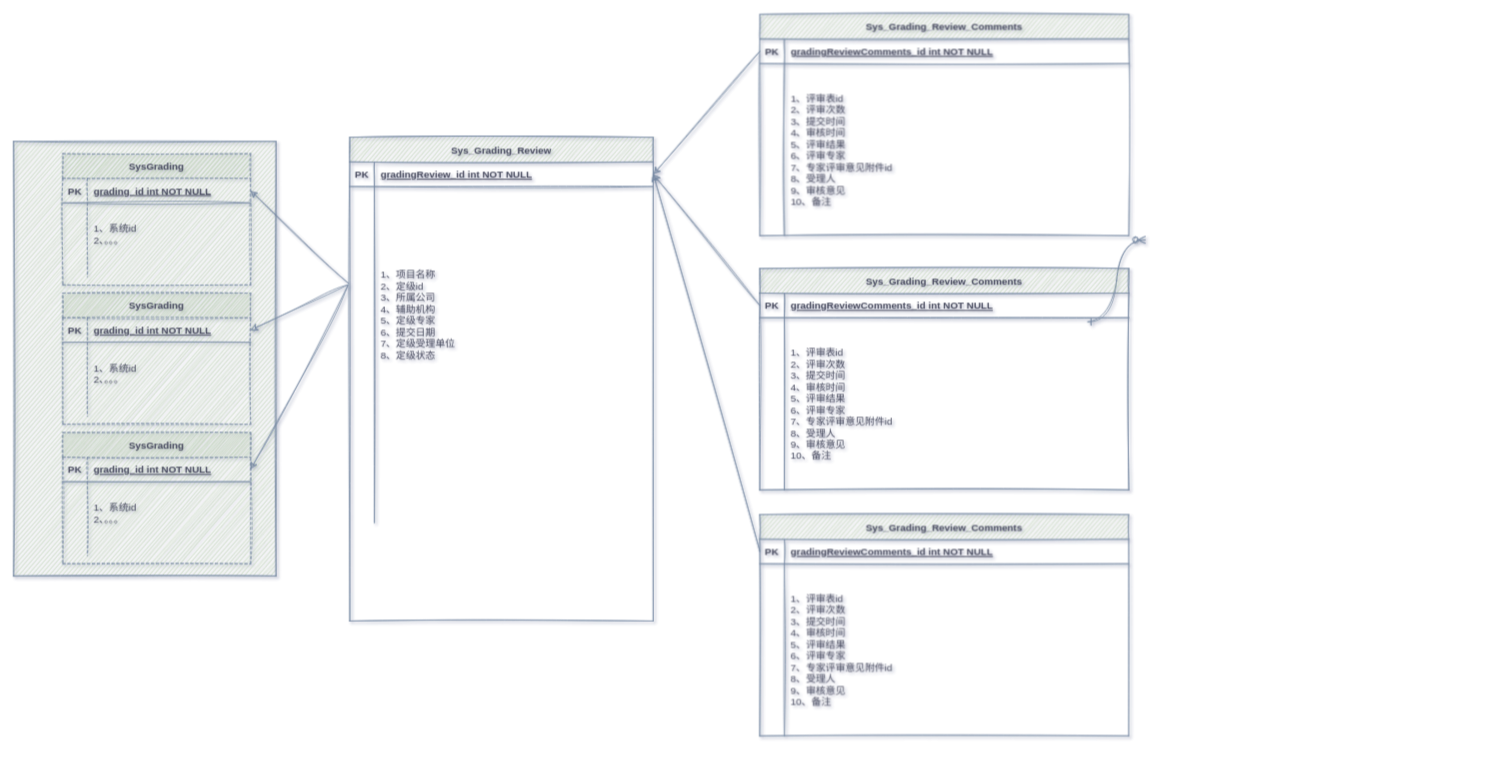
This is 未命名绘图.drawio from ValarDohaerisX/draw, a draw.io file, before an edit. Source tidied: cells renumbered, new cells numbered last; positions are measured from the earlier drawing's top-left corner, leaving out a move shared by most shapes. Both pictures are drawn from the tidied source at 82%, with x=0, y=0 at pixel (13, 14).
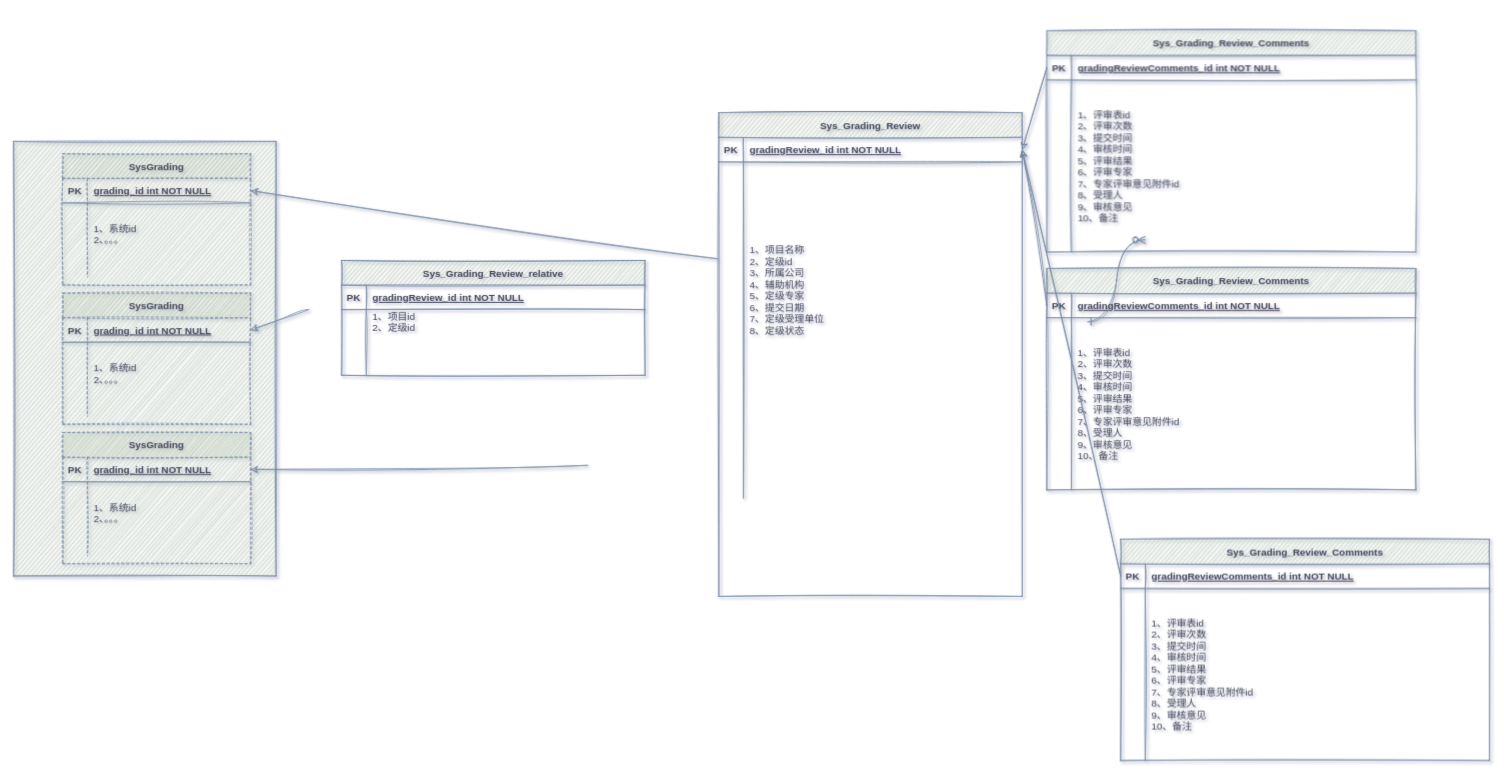
Above is the later version.

Commit message:
更新未命名绘图.drawio

Unchanged cells that the change refers to:
```xml
<mxCell id="5" style="shape=partialRectangle;fillColor=none;points=[[0,0.5],[1,0.5]];portConstraint=eastwest;top=0;left=0;right=0;bottom=1;rounded=0;sketch=1;strokeColor=#788AA3;fontColor=#46495D;" parent="4" vertex="1">
  <mxGeometry y="30" width="229" height="30" as="geometry" />
</mxCell>
<mxCell id="16" style="shape=partialRectangle;fillColor=none;points=[[0,0.5],[1,0.5]];portConstraint=eastwest;top=0;left=0;right=0;bottom=0;rounded=0;sketch=1;strokeColor=#788AA3;fontColor=#46495D;" parent="12" vertex="1">
  <mxGeometry y="60" width="370" height="410" as="geometry" />
</mxCell>
<mxCell id="34" style="shape=partialRectangle;fillColor=none;points=[[0,0.5],[1,0.5]];portConstraint=eastwest;top=0;left=0;right=0;bottom=1;rounded=0;sketch=1;strokeColor=#788AA3;fontColor=#46495D;" parent="33" vertex="1">
  <mxGeometry y="30" width="229" height="30" as="geometry" />
</mxCell>
```

Change to the diagram source:
```diff
@@
     <mxCell id="12" value="Sys_Grading_Review" style="shape=table;startSize=30;childLayout=tableLayout;rowLines=0;fontStyle=1;align=center;rounded=0;sketch=1;fillColor=#B2C9AB;strokeColor=#788AA3;fontColor=#46495D;" parent="1" vertex="1">
-      <mxGeometry x="410" y="150" width="370" height="590" as="geometry" />
+      <mxGeometry x="860" y="120" width="370" height="590" as="geometry" />
     </mxCell>
@@
     <mxCell id="19" value="Sys_Grading_Review_Comments" style="shape=table;startSize=30;childLayout=tableLayout;rowLines=0;fontStyle=1;align=center;rounded=0;sketch=1;fillColor=#B2C9AB;strokeColor=#788AA3;fontColor=#46495D;" parent="1" vertex="1">
-      <mxGeometry x="910" width="450" height="270" as="geometry" />
+      <mxGeometry x="1260" y="20" width="450" height="270" as="geometry" />
     </mxCell>
@@
-    <mxCell id="40" style="edgeStyle=none;rounded=0;sketch=1;hachureGap=4;jiggle=2;jettySize=auto;html=1;strokeColor=#788AA3;fontFamily=Architects Daughter;fontSize=16;fontColor=#46495D;fillColor=#B2C9AB;entryX=1;entryY=0.5;entryDx=0;entryDy=0;exitX=-0.008;exitY=0.293;exitDx=0;exitDy=0;exitPerimeter=0;" parent="1" edge="1" source="16" target="5">
-      <mxGeometry relative="1" as="geometry" />
+    <mxCell id="40" style="edgeStyle=none;rounded=0;sketch=1;hachureGap=4;jiggle=2;jettySize=auto;html=1;strokeColor=#788AA3;fontFamily=Architects Daughter;fontSize=16;fontColor=#46495D;fillColor=#B2C9AB;entryX=1;entryY=0.5;entryDx=0;entryDy=0;" parent="1" edge="1" target="5">
+      <mxGeometry relative="1" as="geometry">
+        <mxPoint x="360" y="360" as="sourcePoint" />
+      </mxGeometry>
     </mxCell>
-    <mxCell id="41" style="edgeStyle=none;rounded=0;sketch=1;hachureGap=4;jiggle=2;jettySize=auto;html=1;strokeColor=#788AA3;fontFamily=Architects Daughter;fontSize=16;fontColor=#46495D;fillColor=#B2C9AB;entryX=1;entryY=0.5;entryDx=0;entryDy=0;exitX=-0.006;exitY=0.293;exitDx=0;exitDy=0;exitPerimeter=0;" parent="1" edge="1" source="16" target="34">
-      <mxGeometry relative="1" as="geometry" />
+    <mxCell id="41" style="edgeStyle=none;rounded=0;sketch=1;hachureGap=4;jiggle=2;jettySize=auto;html=1;strokeColor=#788AA3;fontFamily=Architects Daughter;fontSize=16;fontColor=#46495D;fillColor=#B2C9AB;entryX=1;entryY=0.5;entryDx=0;entryDy=0;" parent="1" edge="1" target="34">
+      <mxGeometry relative="1" as="geometry">
+        <mxPoint x="700" y="550" as="sourcePoint" />
+      </mxGeometry>
     </mxCell>
     <mxCell id="42" value="Sys_Grading_Review_Comments" style="shape=table;startSize=30;childLayout=tableLayout;rowLines=0;fontStyle=1;align=center;rounded=0;sketch=1;fillColor=#B2C9AB;strokeColor=#788AA3;fontColor=#46495D;" parent="1" vertex="1">
-      <mxGeometry x="910" y="310" width="450" height="270" as="geometry" />
+      <mxGeometry x="1260" y="310" width="450" height="270" as="geometry" />
     </mxCell>
@@
     <mxCell id="49" value="Sys_Grading_Review_Comments" style="shape=table;startSize=30;childLayout=tableLayout;rowLines=0;fontStyle=1;align=center;rounded=0;sketch=1;fillColor=#B2C9AB;strokeColor=#788AA3;fontColor=#46495D;" parent="1" vertex="1">
-      <mxGeometry x="910" y="610" width="450" height="270" as="geometry" />
+      <mxGeometry x="1350" y="640" width="450" height="270" as="geometry" />
     </mxCell>
@@
+    <mxCell id="59" value="Sys_Grading_Review_relative" style="shape=table;startSize=30;childLayout=tableLayout;rowLines=0;fontStyle=1;align=center;rounded=0;sketch=1;fillColor=#B2C9AB;strokeColor=#788AA3;fontColor=#46495D;" parent="1" vertex="1">
+      <mxGeometry x="400" y="300" width="370" height="140" as="geometry" />
+    </mxCell>
+    <mxCell id="60" style="shape=partialRectangle;fillColor=none;top=0;left=0;right=0;bottom=1;rounded=0;sketch=1;strokeColor=#788AA3;fontColor=#46495D;" parent="59" vertex="1">
+      <mxGeometry y="30" width="370" height="30" as="geometry" />
+    </mxCell>
+    <mxCell id="61" value="PK" style="shape=partialRectangle;overflow=hidden;fillColor=none;top=0;left=0;bottom=0;right=0;fontStyle=1;rounded=0;sketch=1;strokeColor=#788AA3;fontColor=#46495D;" parent="60" vertex="1">
+      <mxGeometry width="30" height="30" as="geometry" />
+    </mxCell>
+    <mxCell id="62" value="gradingReview_id int NOT NULL " style="shape=partialRectangle;overflow=hidden;fillColor=none;top=0;left=0;bottom=0;right=0;align=left;spacingLeft=6;fontStyle=5;rounded=0;sketch=1;strokeColor=#788AA3;fontColor=#46495D;" parent="60" vertex="1">
+      <mxGeometry x="30" width="340" height="30" as="geometry" />
+    </mxCell>
+    <mxCell id="63" style="shape=partialRectangle;fillColor=none;top=0;left=0;right=0;bottom=0;rounded=0;sketch=1;strokeColor=#788AA3;fontColor=#46495D;" parent="59" vertex="1">
+      <mxGeometry y="60" width="370" height="80" as="geometry" />
+    </mxCell>
+    <mxCell id="64" style="shape=partialRectangle;overflow=hidden;fillColor=none;top=0;left=0;bottom=0;right=0;rounded=0;sketch=1;strokeColor=#788AA3;fontColor=#46495D;" parent="63" vertex="1">
+      <mxGeometry width="30" height="80" as="geometry" />
+    </mxCell>
+    <mxCell id="65" value="1、项目id&#10;2、定级id&#10;&#10;&#10;&#10;&#10;&#10;&#10;" style="shape=partialRectangle;overflow=hidden;fillColor=none;top=0;left=0;bottom=0;right=0;align=left;spacingLeft=6;rounded=0;sketch=1;strokeColor=#788AA3;fontColor=#46495D;" parent="63" vertex="1">
+      <mxGeometry x="30" width="340" height="80" as="geometry" />
+    </mxCell>
```
